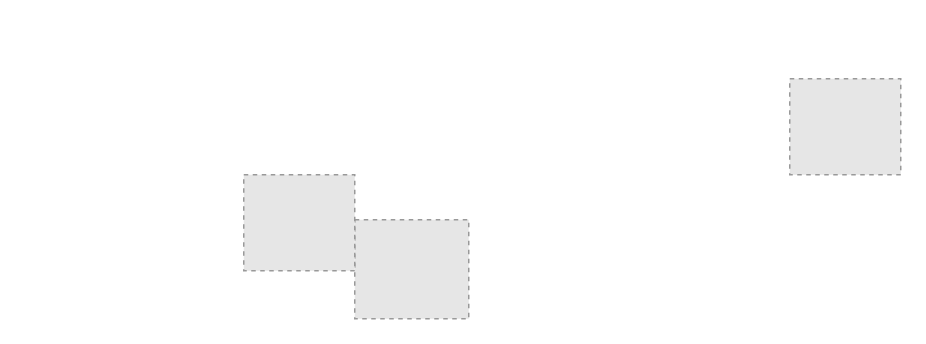
The draw.io diagram .github/Diagrams/New.drawio in Bert0Neill/ArchitectDiagrams, before the edit. Source tidied: cells renumbered, new cells numbered last; positions are measured from the earlier drawing's top-left corner, leaving out a move shared by most shapes. Both pictures are drawn from the tidied source at 150%, with x=0, y=0 at pixel (243, 78). Pictures stored in the file or linked from it are replaced by grey dashed boxes.
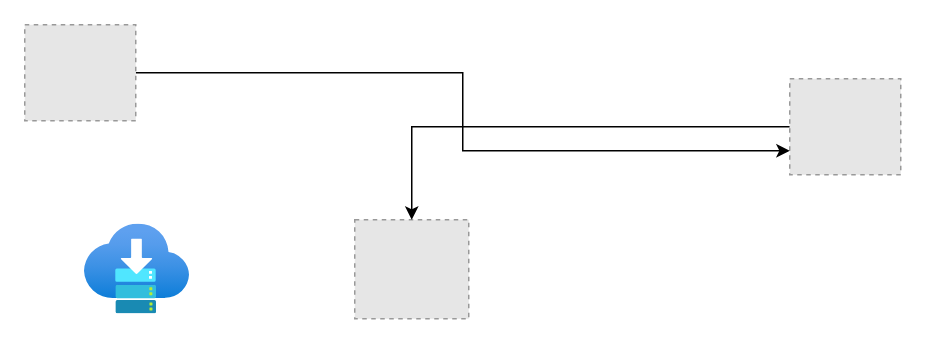
The same diagram, later.

Diff of the diagram source:
```diff
@@
 <mxGraphModel>
   <root>
     <mxCell id="0" />
     <mxCell id="1" parent="0" />
     <mxCell id="2" style="fillColor=#E6E6E6;strokeColor=#999999;dashed=1;verticalLabelPosition=bottom;labelBackgroundColor=#ffffff;verticalAlign=top;" parent="1" vertex="1">
       <mxGeometry x="74" y="94" width="76" height="66" as="geometry" />
     </mxCell>
+    <mxCell id="5" style="edgeStyle=orthogonalEdgeStyle;rounded=0;jettySize=auto;html=1;" parent="1" edge="1" source="3" target="2">
+      <mxGeometry relative="1" as="geometry" />
+    </mxCell>
     <mxCell id="3" style="fillColor=#E6E6E6;strokeColor=#999999;dashed=1;verticalLabelPosition=bottom;labelBackgroundColor=#ffffff;verticalAlign=top;" parent="1" vertex="1">
       <mxGeometry x="364" width="74" height="64" as="geometry" />
     </mxCell>
+    <mxCell id="6" style="edgeStyle=orthogonalEdgeStyle;rounded=0;jettySize=auto;html=1;entryX=0;entryY=0.75;entryDx=0;entryDy=0;" parent="1" edge="1" source="4" target="3">
+      <mxGeometry relative="1" as="geometry" />
+    </mxCell>
     <mxCell id="4" style="fillColor=#E6E6E6;strokeColor=#999999;dashed=1;verticalLabelPosition=bottom;labelBackgroundColor=#ffffff;verticalAlign=top;" parent="1" vertex="1">
-      <mxGeometry y="64" width="74" height="64" as="geometry" />
+      <mxGeometry x="-146" y="-36" width="74" height="64" as="geometry" />
     </mxCell>
+    <mxCell id="7" style="image;html=1;align=center;fontSize=12;image=img/lib/azure2/general/Service_Bus.svg;" parent="1" vertex="1">
+      <mxGeometry x="-106" y="97" width="70" height="60" as="geometry" />
+    </mxCell>
   </root>
 </mxGraphModel>
```
